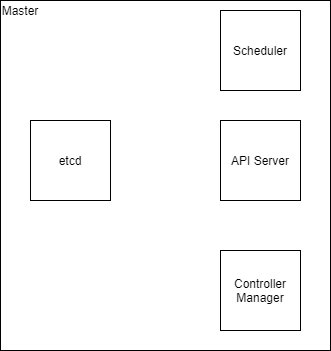
Earlier version of the draw.io export images/Kubernetes-detailed.png (malliparitala/kubernetes-samples). Source tidied: cells renumbered, new cells last; positions are measured from the earlier drawing's top-left corner, leaving out a move shared by most shapes. Its diagram source:
```xml
<mxGraphModel>
  <root>
    <mxCell id="0" />
    <mxCell id="1" parent="0" />
    <mxCell id="2" style="rounded=0;whiteSpace=wrap;html=1;" parent="1" vertex="1">
      <mxGeometry width="330" height="350" as="geometry" />
    </mxCell>
    <mxCell id="3" value="Master" style="text;html=1;strokeColor=none;fillColor=none;align=center;verticalAlign=middle;whiteSpace=wrap;rounded=0;" parent="1" vertex="1">
      <mxGeometry width="40" height="20" as="geometry" />
    </mxCell>
    <mxCell id="4" value="API Server" style="whiteSpace=wrap;html=1;" parent="1" vertex="1">
      <mxGeometry x="220" y="120" width="80" height="80" as="geometry" />
    </mxCell>
    <mxCell id="5" value="etcd" style="whiteSpace=wrap;html=1;" parent="1" vertex="1">
      <mxGeometry x="30" y="120" width="80" height="80" as="geometry" />
    </mxCell>
    <mxCell id="6" value="Controller Manager" style="whiteSpace=wrap;html=1;" parent="1" vertex="1">
      <mxGeometry x="220" y="250" width="80" height="80" as="geometry" />
    </mxCell>
    <mxCell id="7" value="Scheduler" style="whiteSpace=wrap;html=1;" parent="1" vertex="1">
      <mxGeometry x="220" y="10" width="80" height="80" as="geometry" />
    </mxCell>
  </root>
</mxGraphModel>
```
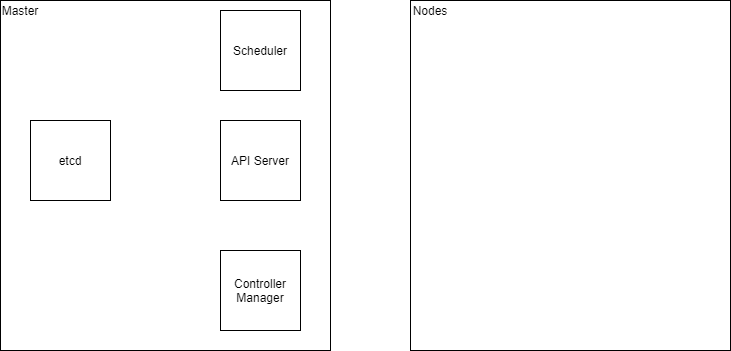
After the commit.

Change to the diagram source:
```diff
@@ -20,5 +20,11 @@
     <mxCell id="7" value="Scheduler" style="whiteSpace=wrap;html=1;" parent="1" vertex="1">
       <mxGeometry x="220" y="10" width="80" height="80" as="geometry" />
     </mxCell>
+    <mxCell id="8" style="rounded=0;whiteSpace=wrap;html=1;" parent="1" vertex="1">
+      <mxGeometry x="410" width="320" height="350" as="geometry" />
+    </mxCell>
+    <mxCell id="9" value="Nodes" style="text;html=1;strokeColor=none;fillColor=none;align=center;verticalAlign=middle;whiteSpace=wrap;rounded=0;" parent="1" vertex="1">
+      <mxGeometry x="410" width="40" height="20" as="geometry" />
+    </mxCell>
   </root>
 </mxGraphModel>
```
